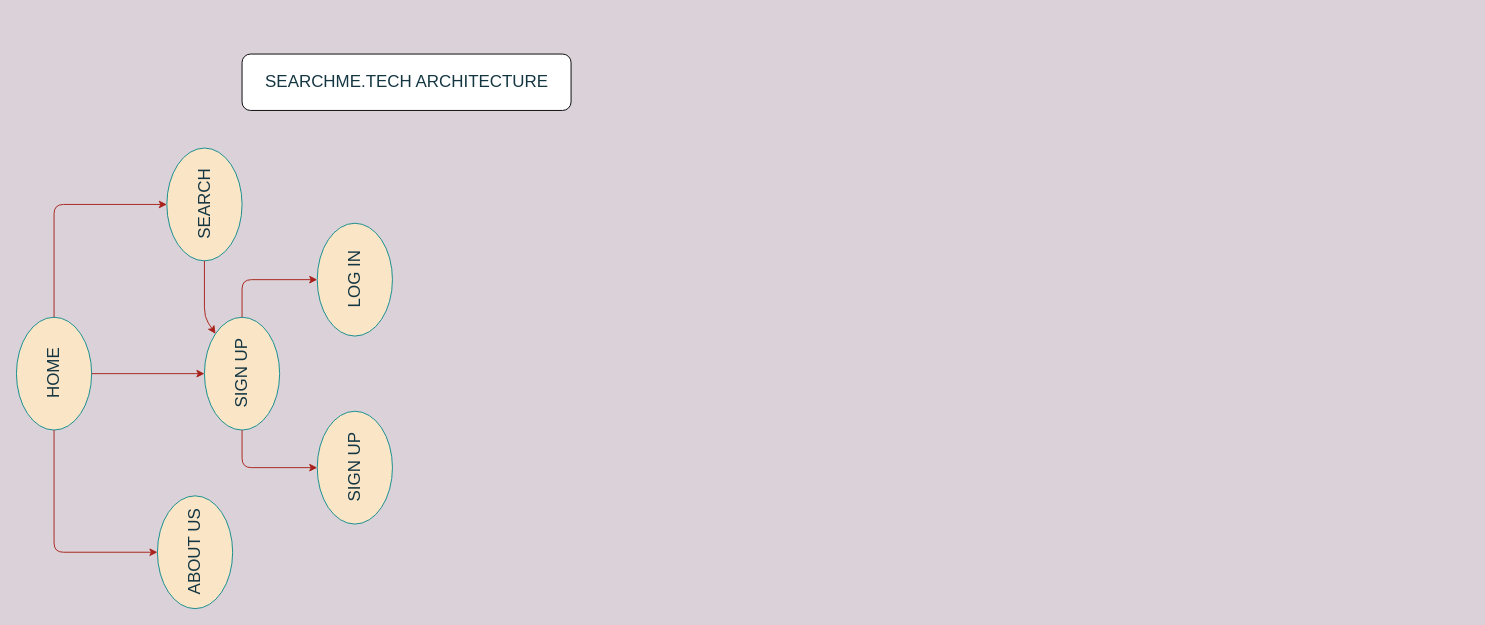
Earlier version of the draw.io diagram searchme.drawio (connect2sazad/searchme). Source tidied: cells renumbered, new cells numbered last; positions are measured from the earlier drawing's top-left corner, leaving out a move shared by most shapes. Both pictures are drawn from the tidied source at 94%, with x=0, y=0 at pixel (-3, 54).
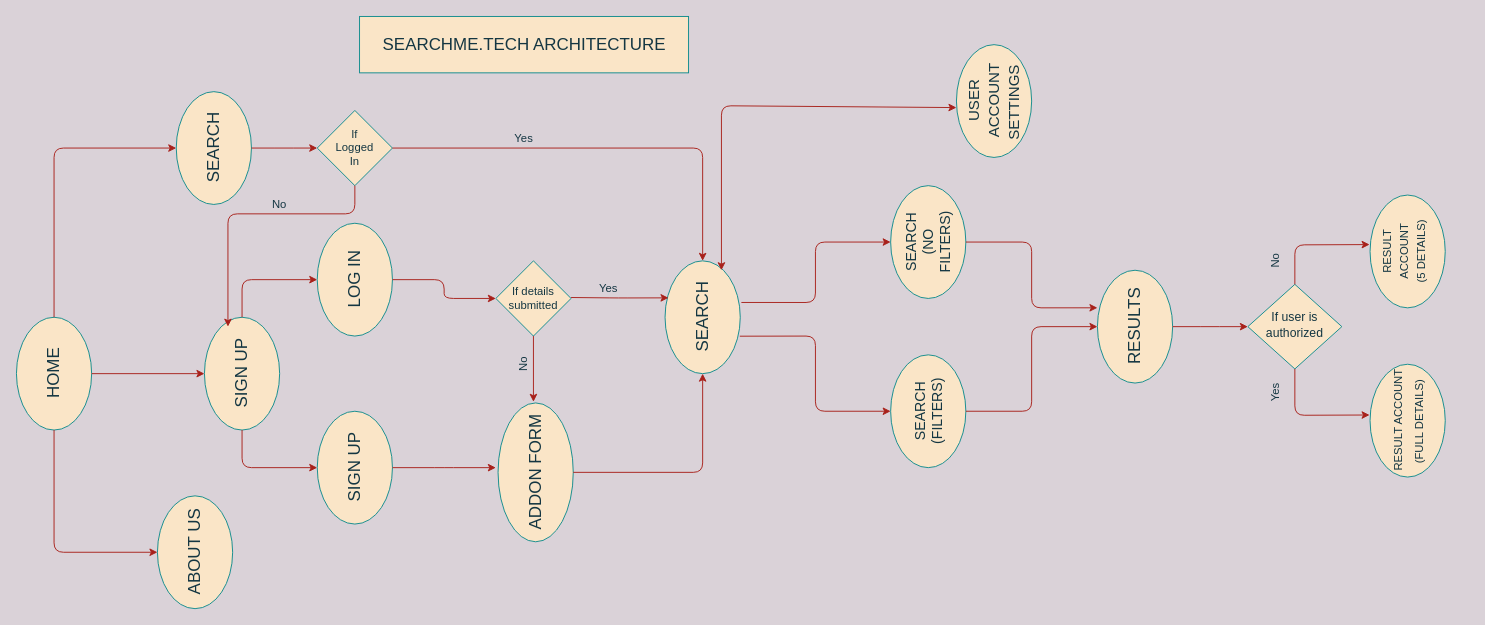
The same page after the edit.

The change refers to these unchanged cells:
```xml
<mxCell id="11" style="ellipse;whiteSpace=wrap;html=1;fontSize=18;rotation=-90;fillColor=#FAE5C7;strokeColor=#0F8B8D;fontColor=#143642;" parent="10" vertex="1">
  <mxGeometry width="120" height="80" as="geometry" />
</mxCell>
<mxCell id="15" style="ellipse;whiteSpace=wrap;html=1;fontSize=18;rotation=-90;fillColor=#FAE5C7;strokeColor=#0F8B8D;fontColor=#143642;" parent="14" vertex="1">
  <mxGeometry width="120" height="80" as="geometry" />
</mxCell>
<mxCell id="20" style="ellipse;whiteSpace=wrap;html=1;fontSize=18;rotation=-90;fillColor=#FAE5C7;strokeColor=#0F8B8D;fontColor=#143642;" parent="19" vertex="1">
  <mxGeometry width="120" height="80" as="geometry" />
</mxCell>
<mxCell id="23" style="ellipse;whiteSpace=wrap;html=1;fontSize=18;rotation=-90;fillColor=#FAE5C7;strokeColor=#0F8B8D;fontColor=#143642;" parent="22" vertex="1">
  <mxGeometry width="120" height="80" as="geometry" />
</mxCell>
```

Change to the diagram source:
```diff
@@
     <mxCell id="5" style="endArrow=classic;html=1;fontSize=18;strokeColor=#A8201A;fontColor=#143642;labelBackgroundColor=#DAD2D8;" parent="1" edge="1">
       <mxGeometry relative="1" as="geometry">
         <mxPoint x="60" y="280" as="sourcePoint" />
-        <mxPoint x="180" y="160" as="targetPoint" />
+        <mxPoint x="190" y="100" as="targetPoint" />
         <Array as="points">
-          <mxPoint x="60" y="160" />
+          <mxPoint x="60" y="100" />
         </Array>
       </mxGeometry>
     </mxCell>
@@
     <mxCell id="10" style="group;rotation=-90;fontColor=#143642;" parent="1" vertex="1">
-      <mxGeometry x="160" y="120" width="120" height="80" as="geometry" />
+      <mxGeometry x="170" y="60" width="120" height="80" as="geometry" />
     </mxCell>
@@
-    <mxCell id="25" style="endArrow=classic;html=1;fontColor=#143642;strokeColor=#A8201A;fillColor=#FAE5C7;exitX=0;exitY=0.5;exitDx=0;exitDy=0;entryX=1;entryY=0;entryDx=0;entryDy=0;" parent="1" edge="1" source="11" target="15">
-      <mxGeometry relative="1" as="geometry">
-        <Array as="points">
-          <mxPoint x="220" y="280" />
-        </Array>
-      </mxGeometry>
-    </mxCell>
+    <mxCell id="28" style="group;fontColor=#143642;" parent="1" vertex="1">
+      <mxGeometry x="385" y="-40" width="350" height="60" as="geometry" />
+    </mxCell>
-    <mxCell id="26" style="rounded=1;whiteSpace=wrap;html=1;" parent="1" vertex="1">
-      <mxGeometry x="260" width="350" height="60" as="geometry" />
+    <mxCell id="26" style="whiteSpace=wrap;html=1;fillColor=#FAE5C7;strokeColor=#0F8B8D;fontColor=#143642;" parent="28" vertex="1">
+      <mxGeometry width="350" height="60" as="geometry" />
     </mxCell>
-    <mxCell id="27" value="SEARCHME.TECH ARCHITECTURE" style="text;html=1;align=center;verticalAlign=middle;fillColor=none;strokeColor=none;fontSize=18;rotation=0;textDirection=rtl;fontColor=#143642;" parent="1" vertex="1">
-      <mxGeometry x="275" y="15" width="320" height="30" as="geometry" />
+    <mxCell id="27" value="SEARCHME.TECH ARCHITECTURE" style="text;html=1;align=center;verticalAlign=middle;fillColor=none;strokeColor=none;fontSize=18;rotation=0;textDirection=rtl;fontColor=#143642;" parent="28" vertex="1">
+      <mxGeometry x="15" y="15" width="320" height="30" as="geometry" />
     </mxCell>
+    <mxCell id="29" style="group;rotation=-90;fontColor=#143642;" parent="1" vertex="1">
+      <mxGeometry x="690" y="240" width="120" height="80" as="geometry" />
+    </mxCell>
+    <mxCell id="30" style="ellipse;whiteSpace=wrap;html=1;fontSize=18;rotation=-90;fillColor=#FAE5C7;strokeColor=#0F8B8D;fontColor=#143642;" parent="29" vertex="1">
+      <mxGeometry width="120" height="80" as="geometry" />
+    </mxCell>
+    <mxCell id="31" value="SEARCH" style="text;html=1;align=center;verticalAlign=middle;fillColor=none;strokeColor=none;fontSize=18;rotation=-90;textDirection=rtl;fontColor=#143642;" parent="29" vertex="1">
+      <mxGeometry x="15" y="25" width="90" height="30" as="geometry" />
+    </mxCell>
+    <mxCell id="32" style="endArrow=classic;startArrow=classic;html=1;fontSize=15;fontColor=#143642;strokeColor=#A8201A;fillColor=#FAE5C7;entryX=0.442;entryY=0;entryDx=0;entryDy=0;entryPerimeter=0;" parent="29" edge="1" target="83">
+      <mxGeometry relative="1" as="geometry">
+        <mxPoint x="80" y="-10" as="sourcePoint" />
+        <Array as="points">
+          <mxPoint x="80" y="-185" />
+        </Array>
+      </mxGeometry>
+    </mxCell>
+    <mxCell id="33" style="group;" parent="1" vertex="1">
+      <mxGeometry x="340" y="60" width="80" height="80" as="geometry" />
+    </mxCell>
+    <mxCell id="34" style="rhombus;whiteSpace=wrap;html=1;fontColor=#143642;strokeColor=#0F8B8D;fillColor=#FAE5C7;" parent="33" vertex="1">
+      <mxGeometry width="80" height="80" as="geometry" />
+    </mxCell>
+    <mxCell id="35" value="If Logged In" style="text;html=1;strokeColor=none;fillColor=none;align=center;verticalAlign=middle;whiteSpace=wrap;rounded=0;fontColor=#143642;" parent="33" vertex="1">
+      <mxGeometry x="20" y="30" width="40" height="20" as="geometry" />
+    </mxCell>
+    <mxCell id="36" style="edgeStyle=orthogonalEdgeStyle;rounded=1;jettySize=auto;html=1;fontColor=#143642;strokeColor=#A8201A;fillColor=#FAE5C7;" parent="1" edge="1" source="11">
+      <mxGeometry relative="1" as="geometry">
+        <mxPoint x="340" y="100" as="targetPoint" />
+      </mxGeometry>
+    </mxCell>
+    <mxCell id="37" style="edgeStyle=orthogonalEdgeStyle;rounded=1;jettySize=auto;html=1;fontColor=#143642;strokeColor=#A8201A;fillColor=#FAE5C7;" parent="1" edge="1" source="34">
+      <mxGeometry relative="1" as="geometry">
+        <mxPoint x="245" y="290" as="targetPoint" />
+        <Array as="points">
+          <mxPoint x="380" y="170" />
+          <mxPoint x="245" y="170" />
+        </Array>
+      </mxGeometry>
+    </mxCell>
+    <mxCell id="38" value="No" style="text;html=1;strokeColor=none;fillColor=none;align=center;verticalAlign=middle;whiteSpace=wrap;rounded=0;fontColor=#143642;rotation=0;" parent="1" vertex="1">
+      <mxGeometry x="280" y="150" width="40" height="20" as="geometry" />
+    </mxCell>
+    <mxCell id="39" style="endArrow=classic;html=1;fontColor=#143642;strokeColor=#A8201A;fillColor=#FAE5C7;exitX=1;exitY=0.5;exitDx=0;exitDy=0;entryX=1;entryY=0.5;entryDx=0;entryDy=0;" parent="1" edge="1" source="34" target="30">
+      <mxGeometry relative="1" as="geometry">
+        <Array as="points">
+          <mxPoint x="750" y="100" />
+        </Array>
+      </mxGeometry>
+    </mxCell>
+    <mxCell id="40" value="Yes" style="text;html=1;strokeColor=none;fillColor=none;align=center;verticalAlign=middle;whiteSpace=wrap;rounded=0;fontColor=#143642;" parent="1" vertex="1">
+      <mxGeometry x="540" y="80" width="40" height="20" as="geometry" />
+    </mxCell>
+    <mxCell id="41" style="group;rotation=-90;fontColor=#143642;" parent="1" vertex="1">
+      <mxGeometry x="480" y="390" width="160" height="80" as="geometry" />
+    </mxCell>
+    <mxCell id="42" style="ellipse;whiteSpace=wrap;html=1;fontSize=18;rotation=-90;fillColor=#FAE5C7;strokeColor=#0F8B8D;fontColor=#143642;" parent="41" vertex="1">
+      <mxGeometry x="18.5" y="15" width="147.7" height="80" as="geometry" />
+    </mxCell>
+    <mxCell id="43" value="ADDON FORM" style="text;html=1;align=center;verticalAlign=middle;points=[];fillColor=none;strokeColor=none;fontSize=18;rotation=-90;textDirection=rtl;fontColor=#143642;" parent="41" vertex="1">
+      <mxGeometry x="22.3" y="40" width="140" height="30" as="geometry" />
+    </mxCell>
+    <mxCell id="44" style="edgeStyle=orthogonalEdgeStyle;rounded=1;jettySize=auto;html=1;fontColor=#143642;strokeColor=#A8201A;fillColor=#FAE5C7;" parent="1" edge="1" source="23">
+      <mxGeometry relative="1" as="geometry">
+        <mxPoint x="530" y="440" as="targetPoint" />
+      </mxGeometry>
+    </mxCell>
+    <mxCell id="45" style="edgeStyle=orthogonalEdgeStyle;rounded=1;jettySize=auto;html=1;fontColor=#143642;strokeColor=#A8201A;fillColor=#FAE5C7;entryX=0;entryY=0.5;entryDx=0;entryDy=0;entryPerimeter=0;" parent="1" edge="1" source="42" target="30">
+      <mxGeometry relative="1" as="geometry" />
+    </mxCell>
+    <mxCell id="46" style="group;" parent="1" vertex="1">
+      <mxGeometry x="530" y="220" width="80" height="80" as="geometry" />
+    </mxCell>
+    <mxCell id="47" style="rhombus;whiteSpace=wrap;html=1;fontColor=#143642;strokeColor=#0F8B8D;fillColor=#FAE5C7;" parent="46" vertex="1">
+      <mxGeometry width="80" height="80" as="geometry" />
+    </mxCell>
+    <mxCell id="48" value="If details submitted" style="text;html=1;strokeColor=none;fillColor=none;align=center;verticalAlign=middle;whiteSpace=wrap;rounded=0;fontColor=#143642;" parent="46" vertex="1">
+      <mxGeometry x="20" y="30" width="40" height="20" as="geometry" />
+    </mxCell>
+    <mxCell id="49" style="edgeStyle=orthogonalEdgeStyle;rounded=1;jettySize=auto;html=1;entryX=0.672;entryY=0.046;entryDx=0;entryDy=0;entryPerimeter=0;fontColor=#143642;strokeColor=#A8201A;fillColor=#FAE5C7;" parent="1" edge="1" target="30">
+      <mxGeometry relative="1" as="geometry">
+        <mxPoint x="610" y="259" as="sourcePoint" />
+      </mxGeometry>
+    </mxCell>
+    <mxCell id="50" style="edgeStyle=orthogonalEdgeStyle;rounded=1;jettySize=auto;html=1;entryX=0;entryY=0.5;entryDx=0;entryDy=0;fontColor=#143642;strokeColor=#A8201A;fillColor=#FAE5C7;" parent="1" edge="1" source="20" target="47">
+      <mxGeometry relative="1" as="geometry" />
+    </mxCell>
+    <mxCell id="51" value="Yes" style="text;html=1;strokeColor=none;fillColor=none;align=center;verticalAlign=middle;whiteSpace=wrap;rounded=0;fontColor=#143642;" parent="1" vertex="1">
+      <mxGeometry x="630" y="240" width="40" height="20" as="geometry" />
+    </mxCell>
+    <mxCell id="52" style="edgeStyle=orthogonalEdgeStyle;rounded=1;jettySize=auto;html=1;entryX=1.036;entryY=0.423;entryDx=0;entryDy=0;entryPerimeter=0;fontColor=#143642;strokeColor=#A8201A;fillColor=#FAE5C7;" parent="1" edge="1" source="47" target="43">
+      <mxGeometry relative="1" as="geometry" />
+    </mxCell>
+    <mxCell id="53" value="No" style="text;html=1;strokeColor=none;fillColor=none;align=center;verticalAlign=middle;whiteSpace=wrap;rounded=0;fontColor=#143642;rotation=-90;" parent="1" vertex="1">
+      <mxGeometry x="540" y="320" width="40" height="20" as="geometry" />
+    </mxCell>
+    <mxCell id="54" style="group;rotation=-90;fontColor=#143642;fontSize=15;" parent="1" vertex="1">
+      <mxGeometry x="930" y="160" width="165" height="100" as="geometry" />
+    </mxCell>
+    <mxCell id="55" style="group;" parent="54" vertex="1">
+      <mxGeometry x="20" y="-20" width="80" height="120" as="geometry" />
+    </mxCell>
+    <mxCell id="56" style="ellipse;whiteSpace=wrap;html=1;fontSize=18;rotation=-90;fillColor=#FAE5C7;strokeColor=#0F8B8D;fontColor=#143642;" parent="55" vertex="1">
+      <mxGeometry x="-20" y="20" width="120" height="80" as="geometry" />
+    </mxCell>
+    <mxCell id="57" value="SEARCH (NO FILTERS)" style="text;html=1;strokeColor=none;fillColor=none;align=center;verticalAlign=middle;whiteSpace=wrap;rounded=0;fontColor=#143642;rotation=-90;fontSize=15;" parent="55" vertex="1">
+      <mxGeometry x="10" y="45" width="60" height="30" as="geometry" />
+    </mxCell>
+    <mxCell id="58" style="group;rotation=-90;fontColor=#143642;" parent="1" vertex="1">
+      <mxGeometry x="930" y="340" width="120" height="80" as="geometry" />
+    </mxCell>
+    <mxCell id="59" style="ellipse;whiteSpace=wrap;html=1;fontSize=18;rotation=-90;fillColor=#FAE5C7;strokeColor=#0F8B8D;fontColor=#143642;" parent="58" vertex="1">
+      <mxGeometry width="120" height="80" as="geometry" />
+    </mxCell>
+    <mxCell id="60" value="SEARCH (FILTERS)" style="text;html=1;strokeColor=none;fillColor=none;align=center;verticalAlign=middle;whiteSpace=wrap;rounded=0;fontSize=15;fontColor=#143642;rotation=-90;" parent="58" vertex="1">
+      <mxGeometry x="40" y="30" width="40" height="20" as="geometry" />
+    </mxCell>
+    <mxCell id="61" style="edgeStyle=orthogonalEdgeStyle;rounded=1;jettySize=auto;html=1;fontColor=#143642;strokeColor=#A8201A;fillColor=#FAE5C7;exitX=0.631;exitY=1.015;exitDx=0;exitDy=0;exitPerimeter=0;" parent="1" edge="1" source="30" target="56">
+      <mxGeometry relative="1" as="geometry" />
+    </mxCell>
+    <mxCell id="62" style="endArrow=classic;html=1;fontColor=#143642;strokeColor=#A8201A;fillColor=#FAE5C7;exitX=0.332;exitY=0.994;exitDx=0;exitDy=0;exitPerimeter=0;entryX=0.5;entryY=0;entryDx=0;entryDy=0;" parent="1" edge="1" source="30" target="59">
+      <mxGeometry relative="1" as="geometry">
+        <Array as="points">
+          <mxPoint x="870" y="300" />
+          <mxPoint x="870" y="380" />
+        </Array>
+      </mxGeometry>
+    </mxCell>
+    <mxCell id="63" style="group;rotation=-90;fontColor=#143642;" parent="1" vertex="1">
+      <mxGeometry x="1150" y="250" width="120" height="80" as="geometry" />
+    </mxCell>
+    <mxCell id="64" style="ellipse;whiteSpace=wrap;html=1;fontSize=18;rotation=-90;fillColor=#FAE5C7;strokeColor=#0F8B8D;fontColor=#143642;" parent="63" vertex="1">
+      <mxGeometry width="120" height="80" as="geometry" />
+    </mxCell>
+    <mxCell id="65" value="RESULTS" style="text;html=1;align=center;verticalAlign=middle;fillColor=none;strokeColor=none;fontSize=18;rotation=-90;textDirection=rtl;fontColor=#143642;" parent="63" vertex="1">
+      <mxGeometry x="10" y="25" width="100" height="30" as="geometry" />
+    </mxCell>
+    <mxCell id="66" style="edgeStyle=orthogonalEdgeStyle;rounded=1;jettySize=auto;html=1;entryX=0.667;entryY=0;entryDx=0;entryDy=0;entryPerimeter=0;fontSize=15;fontColor=#143642;strokeColor=#A8201A;fillColor=#FAE5C7;" parent="1" edge="1" source="56" target="64">
+      <mxGeometry relative="1" as="geometry" />
+    </mxCell>
+    <mxCell id="67" style="edgeStyle=orthogonalEdgeStyle;rounded=1;jettySize=auto;html=1;fontSize=15;fontColor=#143642;strokeColor=#A8201A;fillColor=#FAE5C7;" parent="1" edge="1" source="59" target="64">
+      <mxGeometry relative="1" as="geometry" />
+    </mxCell>
+    <mxCell id="68" style="group;rotation=-90;fontColor=#143642;" parent="1" vertex="1">
+      <mxGeometry x="1440" y="350" width="170" height="80" as="geometry" />
+    </mxCell>
+    <mxCell id="69" style="ellipse;whiteSpace=wrap;html=1;fontSize=18;rotation=-90;fillColor=#FAE5C7;strokeColor=#0F8B8D;fontColor=#143642;" parent="68" vertex="1">
+      <mxGeometry width="120" height="80" as="geometry" />
+    </mxCell>
+    <mxCell id="70" value="&lt;span style=&quot;font-size: 12px&quot;&gt;RESULT ACCOUNT&lt;br&gt;&amp;nbsp;(FULL DETAILS)&lt;/span&gt;" style="text;html=1;align=center;verticalAlign=middle;fillColor=none;strokeColor=none;fontSize=18;rotation=-90;textDirection=rtl;fontColor=#143642;" parent="68" vertex="1">
+      <mxGeometry y="15" width="120" height="50" as="geometry" />
+    </mxCell>
+    <mxCell id="71" style="group;rotation=-90;fontColor=#143642;" parent="1" vertex="1">
+      <mxGeometry x="1440" y="170" width="120" height="80" as="geometry" />
+    </mxCell>
+    <mxCell id="72" style="ellipse;whiteSpace=wrap;html=1;fontSize=18;rotation=-90;fillColor=#FAE5C7;strokeColor=#0F8B8D;fontColor=#143642;" parent="71" vertex="1">
+      <mxGeometry width="120" height="80" as="geometry" />
+    </mxCell>
+    <mxCell id="73" value="&lt;font style=&quot;font-size: 12px&quot;&gt;RESULT ACCOUNT&lt;br&gt;(5 DETAILS)&lt;br&gt;&lt;/font&gt;" style="text;html=1;strokeColor=none;fillColor=none;align=center;verticalAlign=middle;whiteSpace=wrap;rounded=0;fontSize=15;fontColor=#143642;rotation=-90;" parent="71" vertex="1">
+      <mxGeometry x="10" y="30" width="90" height="20" as="geometry" />
+    </mxCell>
+    <mxCell id="74" style="group;" parent="1" vertex="1">
+      <mxGeometry x="1330" y="245" width="100" height="90" as="geometry" />
+    </mxCell>
+    <mxCell id="75" style="rhombus;whiteSpace=wrap;html=1;fontSize=15;fontColor=#143642;strokeColor=#0F8B8D;fillColor=#FAE5C7;" parent="74" vertex="1">
+      <mxGeometry width="100" height="90" as="geometry" />
+    </mxCell>
+    <mxCell id="76" value="&lt;font style=&quot;font-size: 13px&quot;&gt;If user is authorized&lt;/font&gt;" style="text;html=1;strokeColor=none;fillColor=none;align=center;verticalAlign=middle;whiteSpace=wrap;rounded=0;fontSize=15;fontColor=#143642;" parent="74" vertex="1">
+      <mxGeometry x="30" y="32" width="40" height="20" as="geometry" />
+    </mxCell>
+    <mxCell id="77" style="edgeStyle=orthogonalEdgeStyle;rounded=1;jettySize=auto;html=1;fontSize=15;fontColor=#143642;strokeColor=#A8201A;fillColor=#FAE5C7;" parent="1" edge="1" source="64">
+      <mxGeometry relative="1" as="geometry">
+        <mxPoint x="1330" y="290" as="targetPoint" />
+      </mxGeometry>
+    </mxCell>
+    <mxCell id="78" style="endArrow=classic;html=1;fontSize=15;fontColor=#143642;strokeColor=#A8201A;fillColor=#FAE5C7;entryX=0.561;entryY=-0.006;entryDx=0;entryDy=0;entryPerimeter=0;exitX=0.5;exitY=0;exitDx=0;exitDy=0;" parent="1" edge="1" source="75" target="72">
+      <mxGeometry relative="1" as="geometry">
+        <Array as="points">
+          <mxPoint x="1380" y="203" />
+        </Array>
+      </mxGeometry>
+    </mxCell>
+    <mxCell id="79" style="endArrow=classic;html=1;fontSize=15;fontColor=#143642;strokeColor=#A8201A;fillColor=#FAE5C7;entryX=0.561;entryY=-0.006;entryDx=0;entryDy=0;entryPerimeter=0;exitX=0.5;exitY=1;exitDx=0;exitDy=0;" parent="1" edge="1" source="75">
+      <mxGeometry relative="1" as="geometry">
+        <mxPoint x="1459.5" y="384" as="targetPoint" />
+        <Array as="points">
+          <mxPoint x="1380" y="384.3" />
+        </Array>
+      </mxGeometry>
+    </mxCell>
+    <mxCell id="80" value="Yes" style="text;html=1;strokeColor=none;fillColor=none;align=center;verticalAlign=middle;whiteSpace=wrap;rounded=0;fontColor=#143642;rotation=-90;" parent="1" vertex="1">
+      <mxGeometry x="1340" y="350" width="40" height="20" as="geometry" />
+    </mxCell>
+    <mxCell id="81" value="No" style="text;html=1;strokeColor=none;fillColor=none;align=center;verticalAlign=middle;whiteSpace=wrap;rounded=0;fontColor=#143642;rotation=-90;" parent="1" vertex="1">
+      <mxGeometry x="1340" y="210" width="40" height="20" as="geometry" />
+    </mxCell>
+    <mxCell id="82" style="group;" parent="1" vertex="1">
+      <mxGeometry x="1020" y="-10" width="95" height="120" as="geometry" />
+    </mxCell>
+    <mxCell id="83" style="ellipse;whiteSpace=wrap;html=1;fontSize=18;rotation=-90;fillColor=#FAE5C7;strokeColor=#0F8B8D;fontColor=#143642;" parent="82" vertex="1">
+      <mxGeometry x="-20" y="20" width="120" height="80" as="geometry" />
+    </mxCell>
+    <mxCell id="84" value="&lt;font style=&quot;font-size: 16px&quot;&gt;USER &lt;br&gt;ACCOUNT&lt;br&gt;&amp;nbsp;SETTINGS&lt;/font&gt;" style="text;html=1;align=center;verticalAlign=middle;fillColor=none;strokeColor=none;fontSize=18;rotation=-90;textDirection=rtl;fontColor=#143642;" parent="82" vertex="1">
+      <mxGeometry x="-10" y="25" width="100" height="70" as="geometry" />
+    </mxCell>
```
